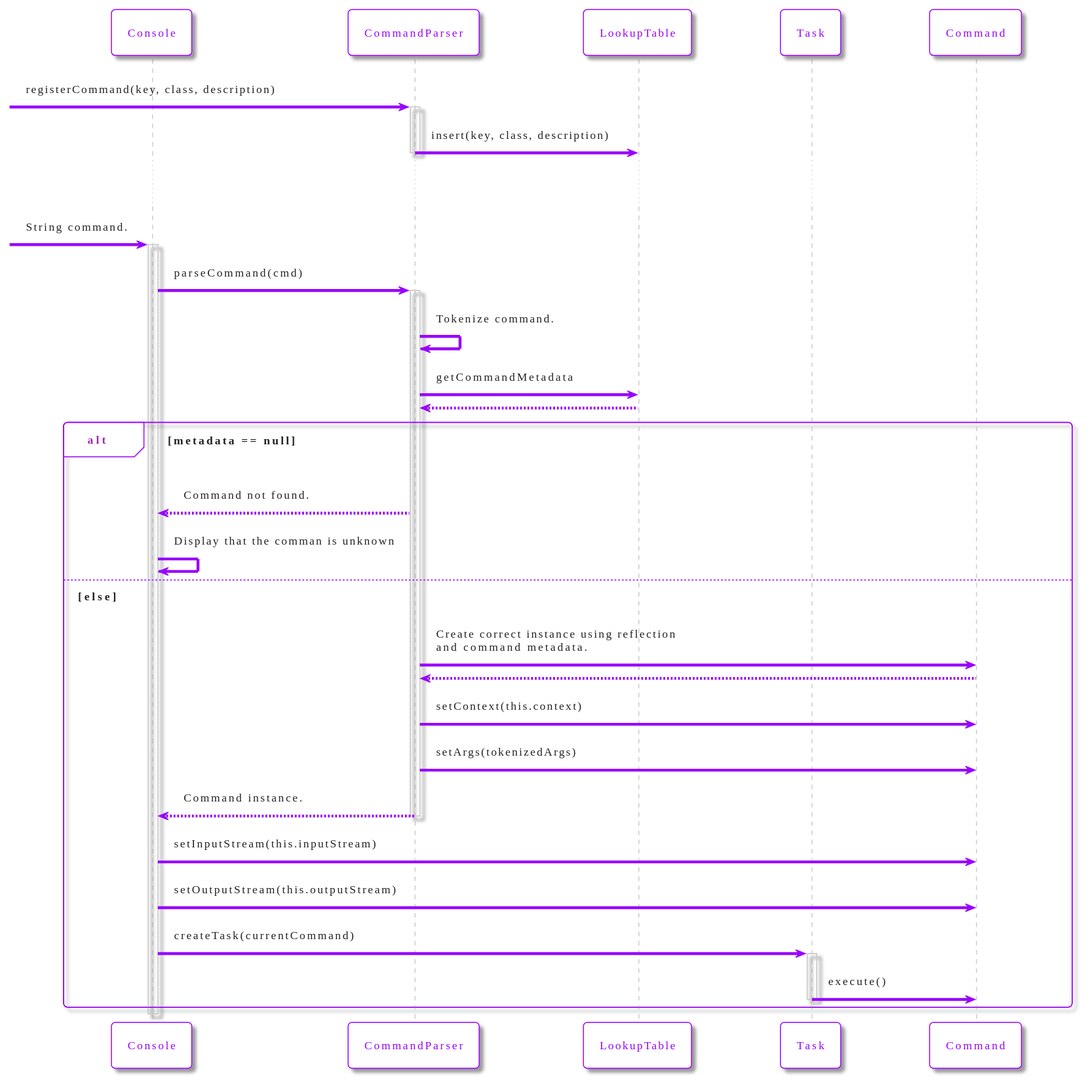
AlessioChecchin/text_adventure keeps this PlantUML diagram as docs/media/command-sequence-diagram.svg. Above is the earlier version. The source it was exported from:
```plantuml
@startuml
!theme materia-outline

skinparam ArrowColor #9803fc
skinparam BackgroundColor #FFFFFF
skinparam ArrowColor #9803fc
skinparam ActorBorderColor #9803fc
skinparam ActorFontColor #9803fc
skinparam ActorBackgroundColor #9803fc
skinparam ParticipantFontColor #9803fc
skinparam ParticipantBorderColor #9803fc
skinparam ParticipantBackgroundColor #FFFFFF
skinparam {
 SequenceGroupBorderColor #9803fc
}

participant Console
participant CommandParser
participant LookupTable
participant Task
participant Command

-> CommandParser: registerCommand(key, class, description)
activate CommandParser

CommandParser -> LookupTable: insert(key, class, description)
deactivate CommandParser

...

-> Console: String command.
activate Console

Console -> CommandParser: parseCommand(cmd)
activate CommandParser

CommandParser -> CommandParser: Tokenize command.

CommandParser -> LookupTable: getCommandMetadata
LookupTable --> CommandParser

alt metadata == null
  CommandParser --> Console: Command not found.
  Console -> Console: Display that the comman is unknown
else else
  CommandParser -> Command: Create correct instance using reflection\nand command metadata.
  Command --> CommandParser
  CommandParser -> Command: setContext(this.context)
  CommandParser -> Command: setArgs(tokenizedArgs)
  CommandParser --> Console: Command instance.
  deactivate CommandParser

  Console -> Command: setInputStream(this.inputStream)
  Console -> Command: setOutputStream(this.outputStream)

  Console -> Task: createTask(currentCommand)
  activate Task

  Task -> Command: execute()
  deactivate Task
end

deactivate Console
@enduml
```
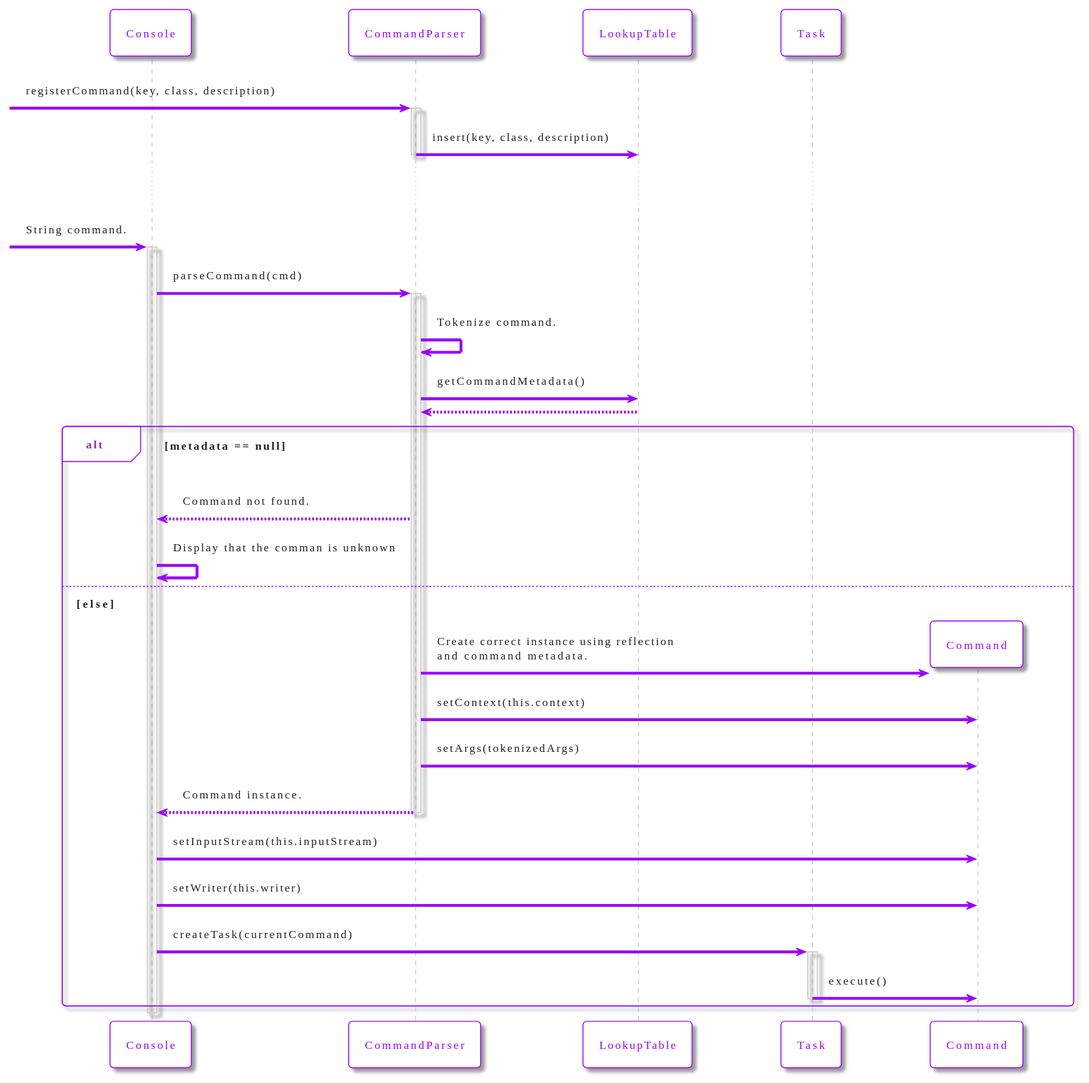
After the change.

Diff of the diagram source:
```diff
@@ -36,22 +36,22 @@
 
 CommandParser -> CommandParser: Tokenize command.
 
-CommandParser -> LookupTable: getCommandMetadata
+CommandParser -> LookupTable: getCommandMetadata()
 LookupTable --> CommandParser
 
 alt metadata == null
   CommandParser --> Console: Command not found.
   Console -> Console: Display that the comman is unknown
 else else
+  create Command
   CommandParser -> Command: Create correct instance using reflection\nand command metadata.
-  Command --> CommandParser
   CommandParser -> Command: setContext(this.context)
   CommandParser -> Command: setArgs(tokenizedArgs)
   CommandParser --> Console: Command instance.
   deactivate CommandParser
 
   Console -> Command: setInputStream(this.inputStream)
-  Console -> Command: setOutputStream(this.outputStream)
+  Console -> Command: setWriter(this.writer)
 
   Console -> Task: createTask(currentCommand)
   activate Task
```
